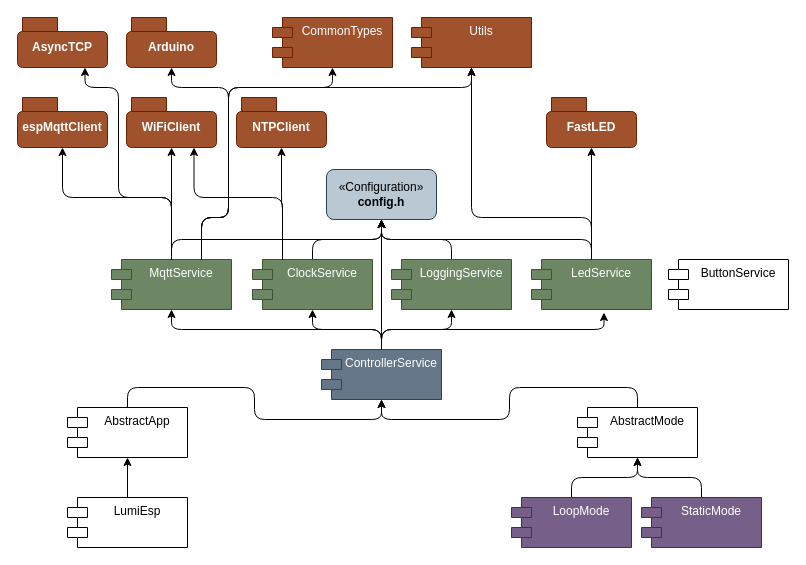
The draw.io diagram page "Classes" (2 of 3) of media/drawio/sketches.drawio in Friedjof/LumiESP, before the edit. Source tidied: cells renumbered, new cells numbered last; positions are measured from the earlier drawing's top-left corner, leaving out a move shared by most shapes. Both pictures are drawn from the tidied source at 100%, with x=0, y=0 at pixel (17, 17).
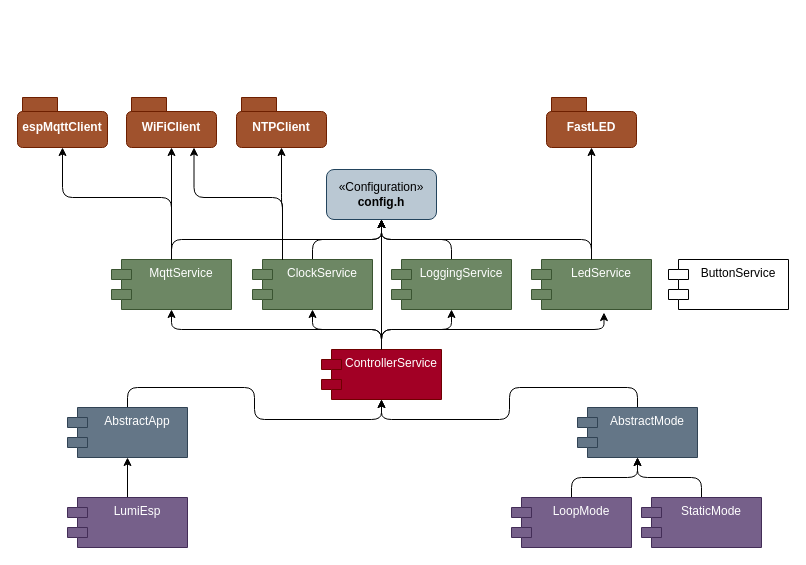
The same page after the edit.

The change refers to these unchanged cells:
```xml
<mxCell id="5" value="MqttService" style="shape=module;align=left;spacingLeft=20;align=center;verticalAlign=top;whiteSpace=wrap;html=1;shadow=0;fillColor=#6d8764;fontColor=#ffffff;strokeColor=#3A5431;rounded=1;" parent="1" vertex="1">
  <mxGeometry x="94" y="242" width="120" height="50" as="geometry" />
</mxCell>
<mxCell id="20" value="LedService" style="shape=module;align=left;spacingLeft=20;align=center;verticalAlign=top;whiteSpace=wrap;html=1;shadow=0;fillColor=#6d8764;fontColor=#ffffff;strokeColor=#3A5431;rounded=1;" parent="1" vertex="1">
  <mxGeometry x="514" y="242" width="120" height="50" as="geometry" />
</mxCell>
```

What changed in the source:
```diff
@@
-    <mxCell id="3" style="edgeStyle=orthogonalEdgeStyle;rounded=1;jettySize=auto;html=1;exitX=0.75;exitY=0;exitDx=0;exitDy=0;entryX=0.5;entryY=1;entryDx=0;entryDy=0;curved=0;" parent="1" edge="1" source="5" target="34">
-      <mxGeometry relative="1" as="geometry">
-        <Array as="points">
-          <mxPoint x="184" y="200" />
-          <mxPoint x="211" y="200" />
-          <mxPoint x="211" y="70" />
-          <mxPoint x="315" y="70" />
-        </Array>
-      </mxGeometry>
-    </mxCell>
-    <mxCell id="4" style="edgeStyle=orthogonalEdgeStyle;rounded=1;jettySize=auto;html=1;exitX=0.75;exitY=0;exitDx=0;exitDy=0;entryX=0.5;entryY=1;entryDx=0;entryDy=0;curved=0;" parent="1" edge="1" source="5" target="27">
-      <mxGeometry relative="1" as="geometry">
-        <Array as="points">
-          <mxPoint x="184" y="200" />
-          <mxPoint x="211" y="200" />
-          <mxPoint x="211" y="70" />
-          <mxPoint x="454" y="70" />
-        </Array>
-      </mxGeometry>
-    </mxCell>
@@
-    <mxCell id="14" value="ControllerService" style="shape=module;align=left;spacingLeft=20;align=center;verticalAlign=top;whiteSpace=wrap;html=1;shadow=0;fillColor=#647687;fontColor=#ffffff;strokeColor=#314354;rounded=1;" parent="1" vertex="1">
+    <mxCell id="14" value="ControllerService" style="shape=module;align=left;spacingLeft=20;align=center;verticalAlign=top;whiteSpace=wrap;html=1;shadow=0;fillColor=#a20025;fontColor=#ffffff;strokeColor=#6F0000;rounded=1;" parent="1" vertex="1">
       <mxGeometry x="304" y="332" width="120" height="50" as="geometry" />
     </mxCell>
@@
-    <mxCell id="19" style="edgeStyle=orthogonalEdgeStyle;rounded=1;jettySize=auto;html=1;exitX=0.5;exitY=0;exitDx=0;exitDy=0;entryX=0.5;entryY=1;entryDx=0;entryDy=0;curved=0;" parent="1" edge="1" source="20" target="27">
-      <mxGeometry relative="1" as="geometry">
-        <Array as="points">
-          <mxPoint x="574" y="200" />
-          <mxPoint x="454" y="200" />
-        </Array>
-      </mxGeometry>
-    </mxCell>
@@
-    <mxCell id="24" value="AbstractApp" style="shape=module;align=left;spacingLeft=20;align=center;verticalAlign=top;whiteSpace=wrap;html=1;shadow=0;rounded=1;" parent="1" vertex="1">
+    <mxCell id="24" value="AbstractApp" style="shape=module;align=left;spacingLeft=20;align=center;verticalAlign=top;whiteSpace=wrap;html=1;shadow=0;rounded=1;fillColor=#647687;fontColor=#ffffff;strokeColor=#314354;" parent="1" vertex="1">
       <mxGeometry x="50" y="390" width="120" height="50" as="geometry" />
     </mxCell>
@@
-    <mxCell id="26" value="AbstractMode" style="shape=module;align=left;spacingLeft=20;align=center;verticalAlign=top;whiteSpace=wrap;html=1;shadow=0;rounded=1;" parent="1" vertex="1">
+    <mxCell id="26" value="AbstractMode" style="shape=module;align=left;spacingLeft=20;align=center;verticalAlign=top;whiteSpace=wrap;html=1;shadow=0;rounded=1;fillColor=#647687;fontColor=#ffffff;strokeColor=#314354;" parent="1" vertex="1">
       <mxGeometry x="560" y="390" width="120" height="50" as="geometry" />
     </mxCell>
-    <mxCell id="27" value="Utils" style="shape=module;align=left;spacingLeft=20;align=center;verticalAlign=top;whiteSpace=wrap;html=1;shadow=0;fillColor=#a0522d;fontColor=#ffffff;strokeColor=#6D1F00;rounded=1;" parent="1" vertex="1">
-      <mxGeometry x="394" width="120" height="50" as="geometry" />
-    </mxCell>
@@
-    <mxCell id="31" value="LumiEsp" style="shape=module;align=left;spacingLeft=20;align=center;verticalAlign=top;whiteSpace=wrap;html=1;shadow=0;rounded=1;" parent="1" vertex="1">
+    <mxCell id="31" value="LumiEsp" style="shape=module;align=left;spacingLeft=20;align=center;verticalAlign=top;whiteSpace=wrap;html=1;shadow=0;rounded=1;fillColor=#76608a;fontColor=#ffffff;strokeColor=#432D57;" parent="1" vertex="1">
       <mxGeometry x="50" y="480" width="120" height="50" as="geometry" />
     </mxCell>
@@
-    <mxCell id="34" value="CommonTypes" style="shape=module;align=left;spacingLeft=20;align=center;verticalAlign=top;whiteSpace=wrap;html=1;shadow=0;fillColor=#a0522d;fontColor=#ffffff;strokeColor=#6D1F00;rounded=1;" parent="1" vertex="1">
-      <mxGeometry x="255" width="120" height="50" as="geometry" />
-    </mxCell>
@@
-    <mxCell id="40" value="AsyncTCP" style="shape=folder;fontStyle=1;spacingTop=10;tabWidth=40;tabHeight=14;tabPosition=left;html=1;whiteSpace=wrap;fillColor=#a0522d;fontColor=#ffffff;strokeColor=#6D1F00;rounded=1;" parent="1" vertex="1">
-      <mxGeometry width="90" height="50" as="geometry" />
-    </mxCell>
-    <mxCell id="41" style="edgeStyle=orthogonalEdgeStyle;rounded=1;jettySize=auto;html=1;exitX=0.5;exitY=0;exitDx=0;exitDy=0;entryX=0.75;entryY=1;entryDx=0;entryDy=0;entryPerimeter=0;curved=0;" parent="1" edge="1" source="5" target="40">
-      <mxGeometry relative="1" as="geometry">
-        <Array as="points">
-          <mxPoint x="154" y="180" />
-          <mxPoint x="101" y="180" />
-          <mxPoint x="101" y="70" />
-          <mxPoint x="68" y="70" />
-          <mxPoint x="68" y="50" />
-        </Array>
-      </mxGeometry>
-    </mxCell>
@@
-    <mxCell id="44" value="Arduino" style="shape=folder;fontStyle=1;spacingTop=10;tabWidth=40;tabHeight=14;tabPosition=left;html=1;whiteSpace=wrap;fillColor=#a0522d;fontColor=#ffffff;strokeColor=#6D1F00;rounded=1;" parent="1" vertex="1">
-      <mxGeometry x="109" width="90" height="50" as="geometry" />
-    </mxCell>
-    <mxCell id="45" style="edgeStyle=orthogonalEdgeStyle;rounded=1;jettySize=auto;html=1;exitX=0.75;exitY=0;exitDx=0;exitDy=0;entryX=0.5;entryY=1;entryDx=0;entryDy=0;entryPerimeter=0;curved=0;" parent="1" edge="1" source="5" target="44">
-      <mxGeometry relative="1" as="geometry">
-        <Array as="points">
-          <mxPoint x="184" y="200" />
-          <mxPoint x="211" y="200" />
-          <mxPoint x="211" y="70" />
-          <mxPoint x="154" y="70" />
-        </Array>
-      </mxGeometry>
-    </mxCell>
```
